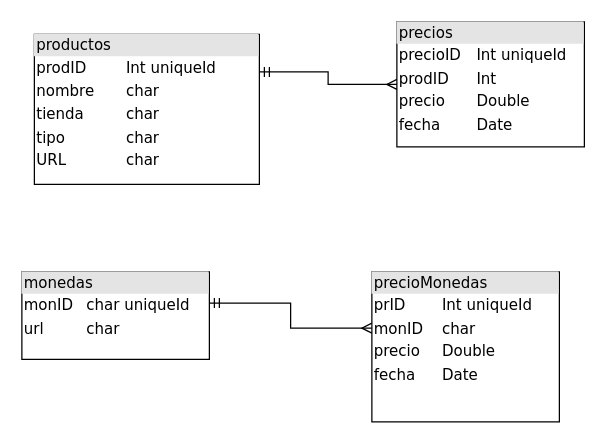
cpatarroyo/priceTrack keeps this draw.io diagram as Prices.drawio. Above is the earlier version. Source tidied: cells renumbered, new cells numbered last; positions are measured from the earlier drawing's top-left corner, leaving out a move shared by most shapes. Both pictures are drawn from the tidied source at 125%, with x=0, y=0 at pixel (21, 21).
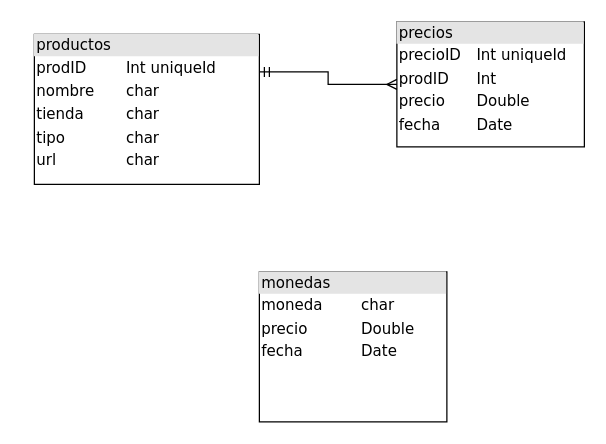
After the change.

Change to the diagram source:
```diff
@@
 <mxGraphModel>
   <root>
     <mxCell id="0" />
     <mxCell id="1" parent="0" />
     <mxCell id="2" value="&lt;div style=&quot;box-sizing:border-box;width:100%;background:#e4e4e4;padding:2px;&quot;&gt;precios&lt;/div&gt;&lt;table style=&quot;width:100%;font-size:1em;&quot; cellpadding=&quot;2&quot; cellspacing=&quot;0&quot;&gt;&lt;tbody&gt;&lt;tr&gt;&lt;td&gt;precioID&lt;br&gt;&lt;/td&gt;&lt;td&gt;Int uniqueId&lt;/td&gt;&lt;/tr&gt;&lt;tr&gt;&lt;td&gt;prodID&lt;br&gt;&lt;/td&gt;&lt;td&gt;Int&lt;br&gt;&lt;/td&gt;&lt;/tr&gt;&lt;tr&gt;&lt;td&gt;precio&lt;br&gt;&lt;/td&gt;&lt;td&gt;Double&lt;br&gt;&lt;/td&gt;&lt;/tr&gt;&lt;tr&gt;&lt;td&gt;fecha&lt;br&gt;&lt;/td&gt;&lt;td&gt;Date&lt;br&gt;&lt;/td&gt;&lt;/tr&gt;&lt;/tbody&gt;&lt;/table&gt;" style="verticalAlign=top;align=left;overflow=fill;html=1;rounded=0;shadow=0;comic=0;labelBackgroundColor=none;strokeWidth=1;fontFamily=Verdana;fontSize=12;" parent="1" vertex="1">
       <mxGeometry x="300" width="150" height="100" as="geometry" />
     </mxCell>
     <mxCell id="3" style="edgeStyle=orthogonalEdgeStyle;rounded=0;jettySize=auto;html=1;exitX=1;exitY=0.25;exitDx=0;exitDy=0;endArrow=ERmany;endFill=0;startArrow=ERmandOne;startFill=0;" parent="1" edge="1" source="4" target="2">
       <mxGeometry relative="1" as="geometry" />
     </mxCell>
-    <mxCell id="4" value="&lt;div style=&quot;box-sizing: border-box ; width: 100% ; background: #e4e4e4 ; padding: 2px&quot;&gt;productos&lt;br&gt;&lt;/div&gt;&lt;table style=&quot;width: 100% ; font-size: 1em&quot; cellpadding=&quot;2&quot; cellspacing=&quot;0&quot;&gt;&lt;tbody&gt;&lt;tr&gt;&lt;td&gt;prodID&lt;br&gt;&lt;/td&gt;&lt;td&gt;Int uniqueId&lt;/td&gt;&lt;/tr&gt;&lt;tr&gt;&lt;td&gt;nombre&lt;br&gt;&lt;/td&gt;&lt;td&gt;char&lt;br&gt;&lt;/td&gt;&lt;/tr&gt;&lt;tr&gt;&lt;td&gt;tienda&lt;br&gt;&lt;/td&gt;&lt;td&gt;char&lt;br&gt;&lt;/td&gt;&lt;/tr&gt;&lt;tr&gt;&lt;td&gt;tipo&lt;br&gt;&lt;/td&gt;&lt;td&gt;char&lt;br&gt;&lt;/td&gt;&lt;/tr&gt;&lt;tr&gt;&lt;td&gt;URL&lt;br&gt;&lt;/td&gt;&lt;td&gt;char&lt;br&gt;&lt;/td&gt;&lt;/tr&gt;&lt;/tbody&gt;&lt;/table&gt;" style="verticalAlign=top;align=left;overflow=fill;html=1;rounded=0;shadow=0;comic=0;labelBackgroundColor=none;strokeWidth=1;fontFamily=Verdana;fontSize=12;" parent="1" vertex="1">
+    <mxCell id="4" value="&lt;div style=&quot;box-sizing: border-box ; width: 100% ; background: #e4e4e4 ; padding: 2px&quot;&gt;productos&lt;br&gt;&lt;/div&gt;&lt;table style=&quot;width: 100% ; font-size: 1em&quot; cellpadding=&quot;2&quot; cellspacing=&quot;0&quot;&gt;&lt;tbody&gt;&lt;tr&gt;&lt;td&gt;prodID&lt;br&gt;&lt;/td&gt;&lt;td&gt;Int uniqueId&lt;/td&gt;&lt;/tr&gt;&lt;tr&gt;&lt;td&gt;nombre&lt;br&gt;&lt;/td&gt;&lt;td&gt;char&lt;br&gt;&lt;/td&gt;&lt;/tr&gt;&lt;tr&gt;&lt;td&gt;tienda&lt;br&gt;&lt;/td&gt;&lt;td&gt;char&lt;br&gt;&lt;/td&gt;&lt;/tr&gt;&lt;tr&gt;&lt;td&gt;tipo&lt;br&gt;&lt;/td&gt;&lt;td&gt;char&lt;br&gt;&lt;/td&gt;&lt;/tr&gt;&lt;tr&gt;&lt;td&gt;url&lt;br&gt;&lt;/td&gt;&lt;td&gt;char&lt;br&gt;&lt;/td&gt;&lt;/tr&gt;&lt;/tbody&gt;&lt;/table&gt;" style="verticalAlign=top;align=left;overflow=fill;html=1;rounded=0;shadow=0;comic=0;labelBackgroundColor=none;strokeWidth=1;fontFamily=Verdana;fontSize=12;" parent="1" vertex="1">
       <mxGeometry x="10" y="10" width="180" height="120" as="geometry" />
     </mxCell>
-    <mxCell id="5" value="&lt;div style=&quot;box-sizing:border-box;width:100%;background:#e4e4e4;padding:2px;&quot;&gt;monedas&lt;/div&gt;&lt;table style=&quot;width:100%;font-size:1em;&quot; cellpadding=&quot;2&quot; cellspacing=&quot;0&quot;&gt;&lt;tbody&gt;&lt;tr&gt;&lt;td&gt;monID&lt;br&gt;&lt;/td&gt;&lt;td&gt;char uniqueId&lt;/td&gt;&lt;/tr&gt;&lt;tr&gt;&lt;td&gt;url&lt;br&gt;&lt;/td&gt;&lt;td&gt;char&lt;br&gt;&lt;/td&gt;&lt;/tr&gt;&lt;/tbody&gt;&lt;/table&gt;" style="verticalAlign=top;align=left;overflow=fill;html=1;rounded=0;shadow=0;comic=0;labelBackgroundColor=none;strokeWidth=1;fontFamily=Verdana;fontSize=12;" parent="1" vertex="1">
-      <mxGeometry y="200" width="150" height="70" as="geometry" />
-    </mxCell>
-    <mxCell id="6" value="&lt;div style=&quot;box-sizing:border-box;width:100%;background:#e4e4e4;padding:2px;&quot;&gt;precioMonedas&lt;/div&gt;&lt;table style=&quot;width:100%;font-size:1em;&quot; cellpadding=&quot;2&quot; cellspacing=&quot;0&quot;&gt;&lt;tbody&gt;&lt;tr&gt;&lt;td&gt;prID&lt;br&gt;&lt;/td&gt;&lt;td&gt;Int uniqueId&lt;/td&gt;&lt;/tr&gt;&lt;tr&gt;&lt;td&gt;monID&lt;br&gt;&lt;/td&gt;&lt;td&gt;char&lt;br&gt;&lt;/td&gt;&lt;/tr&gt;&lt;tr&gt;&lt;td&gt;precio&lt;br&gt;&lt;/td&gt;&lt;td&gt;Double&lt;br&gt;&lt;/td&gt;&lt;/tr&gt;&lt;tr&gt;&lt;td&gt;fecha&lt;br&gt;&lt;/td&gt;&lt;td&gt;Date&lt;br&gt;&lt;/td&gt;&lt;/tr&gt;&lt;/tbody&gt;&lt;/table&gt;" style="verticalAlign=top;align=left;overflow=fill;html=1;rounded=0;shadow=0;comic=0;labelBackgroundColor=none;strokeWidth=1;fontFamily=Verdana;fontSize=12;" parent="1" vertex="1">
-      <mxGeometry x="280" y="200" width="150" height="120" as="geometry" />
+    <mxCell id="6" value="&lt;div style=&quot;box-sizing:border-box;width:100%;background:#e4e4e4;padding:2px;&quot;&gt;monedas&lt;/div&gt;&lt;table style=&quot;width:100%;font-size:1em;&quot; cellpadding=&quot;2&quot; cellspacing=&quot;0&quot;&gt;&lt;tbody&gt;&lt;tr&gt;&lt;td&gt;moneda&lt;br&gt;&lt;/td&gt;&lt;td&gt;char&lt;br&gt;&lt;/td&gt;&lt;/tr&gt;&lt;tr&gt;&lt;td&gt;precio&lt;br&gt;&lt;/td&gt;&lt;td&gt;Double&lt;br&gt;&lt;/td&gt;&lt;/tr&gt;&lt;tr&gt;&lt;td&gt;fecha&lt;br&gt;&lt;/td&gt;&lt;td&gt;Date&lt;br&gt;&lt;/td&gt;&lt;/tr&gt;&lt;/tbody&gt;&lt;/table&gt;" style="verticalAlign=top;align=left;overflow=fill;html=1;rounded=0;shadow=0;comic=0;labelBackgroundColor=none;strokeWidth=1;fontFamily=Verdana;fontSize=12;" parent="1" vertex="1">
+      <mxGeometry x="190" y="200" width="150" height="120" as="geometry" />
     </mxCell>
-    <mxCell id="7" style="edgeStyle=orthogonalEdgeStyle;rounded=0;jettySize=auto;html=1;exitX=1;exitY=0.357;exitDx=0;exitDy=0;endArrow=ERmany;endFill=0;startArrow=ERmandOne;startFill=0;exitPerimeter=0;entryX=0;entryY=0.375;entryDx=0;entryDy=0;entryPerimeter=0;" parent="1" edge="1" source="5" target="6">
-      <mxGeometry relative="1" as="geometry" />
-    </mxCell>
   </root>
 </mxGraphModel>
```
